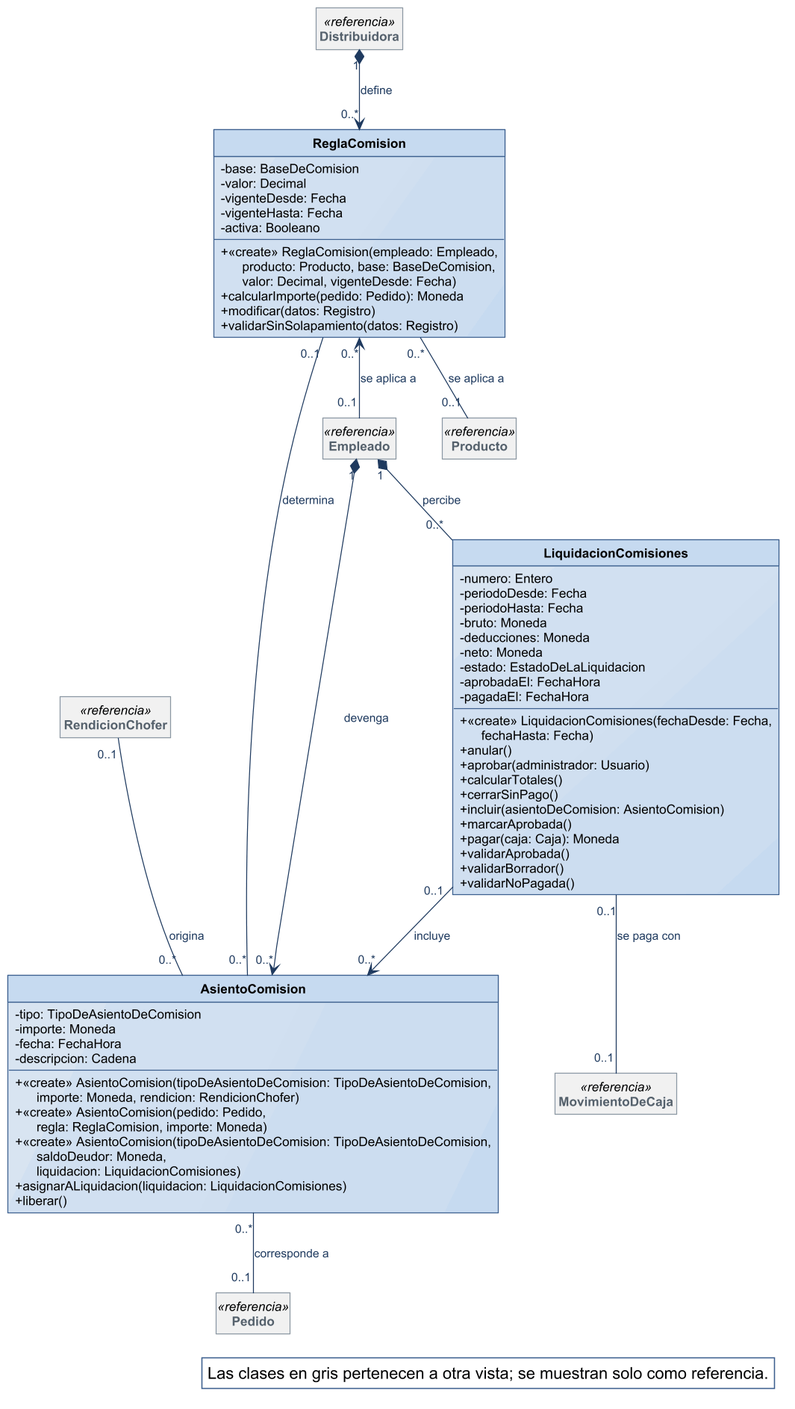
Above: diagramas/clases-diseno/DC_Comisiones.png in Nahuelito-Dev/splg-docs (PlantUML), before the change.
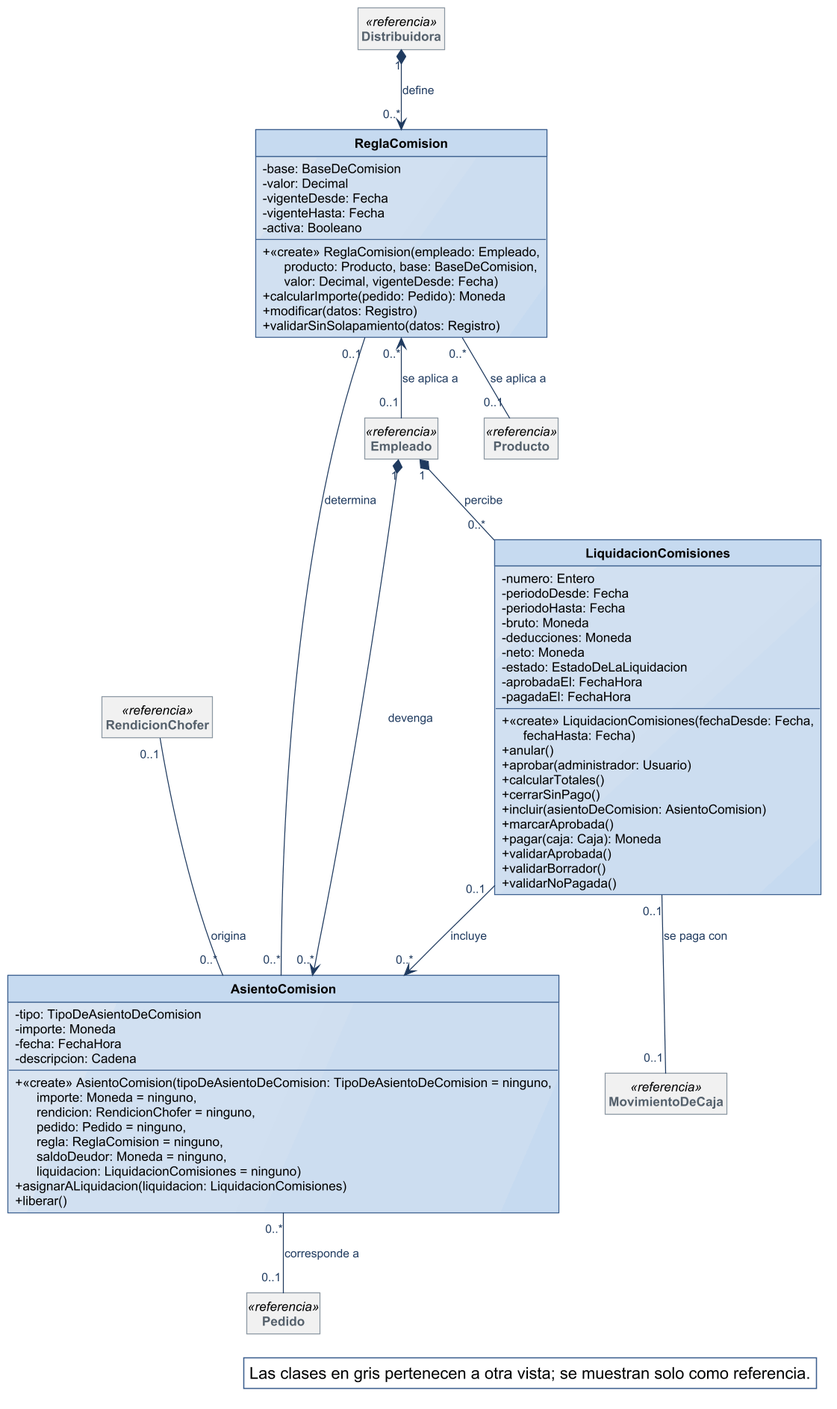
Later version of the same file.

What changed in the source:
```diff
@@ -43,9 +43,7 @@
   - importe: Moneda
   - fecha: FechaHora
   - descripcion: Cadena
-  + «create» AsientoComision(tipoDeAsientoDeComision: TipoDeAsientoDeComision,\n      importe: Moneda, rendicion: RendicionChofer)
-  + «create» AsientoComision(pedido: Pedido,\n      regla: ReglaComision, importe: Moneda)
-  + «create» AsientoComision(tipoDeAsientoDeComision: TipoDeAsientoDeComision,\n      saldoDeudor: Moneda,\n      liquidacion: LiquidacionComisiones)
+  + «create» AsientoComision(tipoDeAsientoDeComision: TipoDeAsientoDeComision = ninguno,\n      importe: Moneda = ninguno,\n      rendicion: RendicionChofer = ninguno,\n      pedido: Pedido = ninguno,\n      regla: ReglaComision = ninguno,\n      saldoDeudor: Moneda = ninguno,\n      liquidacion: LiquidacionComisiones = ninguno)
   + asignarALiquidacion(liquidacion: LiquidacionComisiones)
   + liberar()
 }
```
